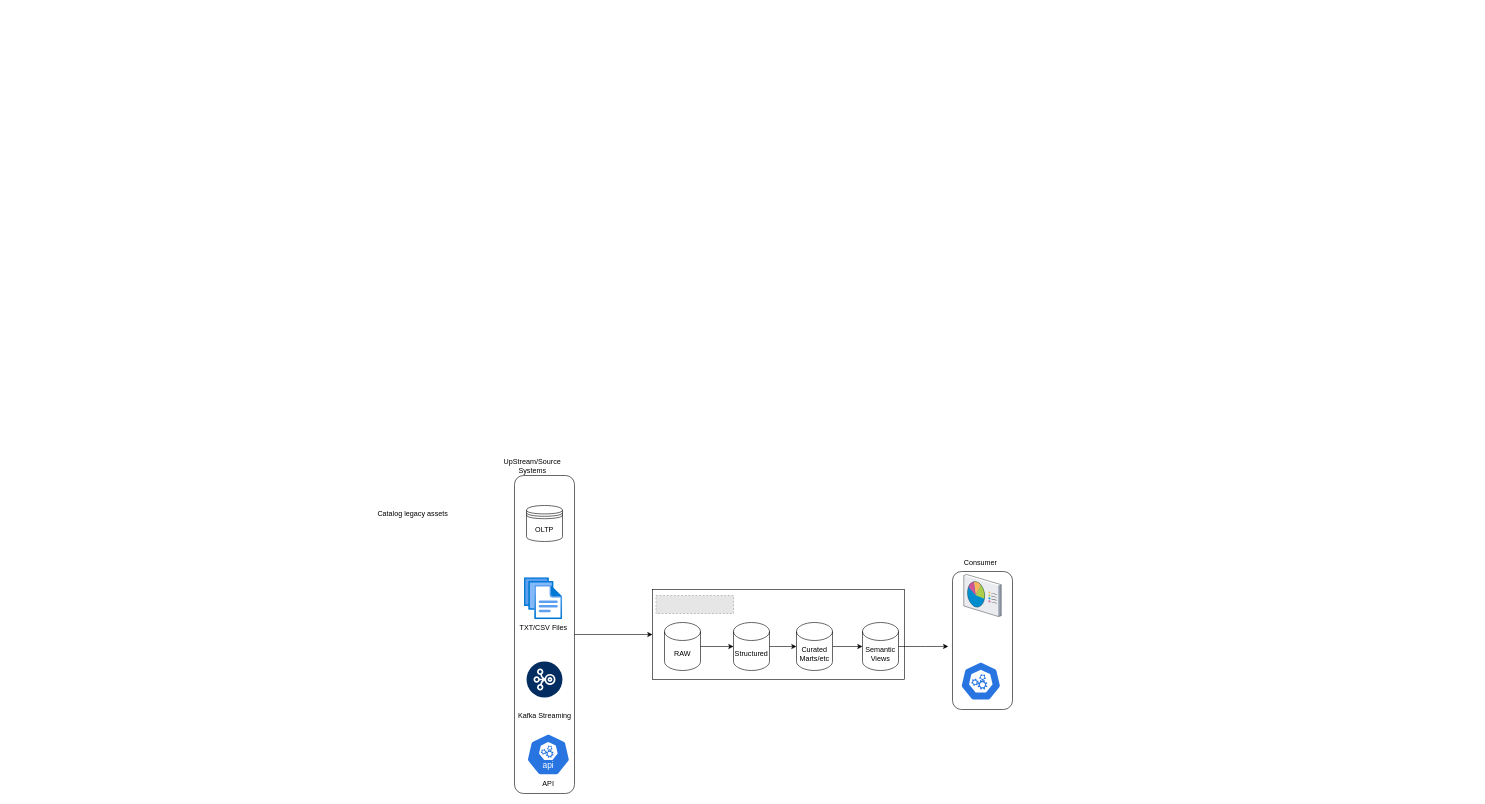
Before: Data Architecture Patterns.drawio in shafishaik-da/datadesignpattern, a draw.io diagram. Source tidied: cells renumbered, new cells numbered last; positions are measured from the earlier drawing's top-left corner, leaving out a move shared by most shapes. Both pictures are drawn from the tidied source at 60%, with x=0, y=0 at pixel (376, 457). Pictures stored in the file or linked from it are replaced by grey dashed boxes.
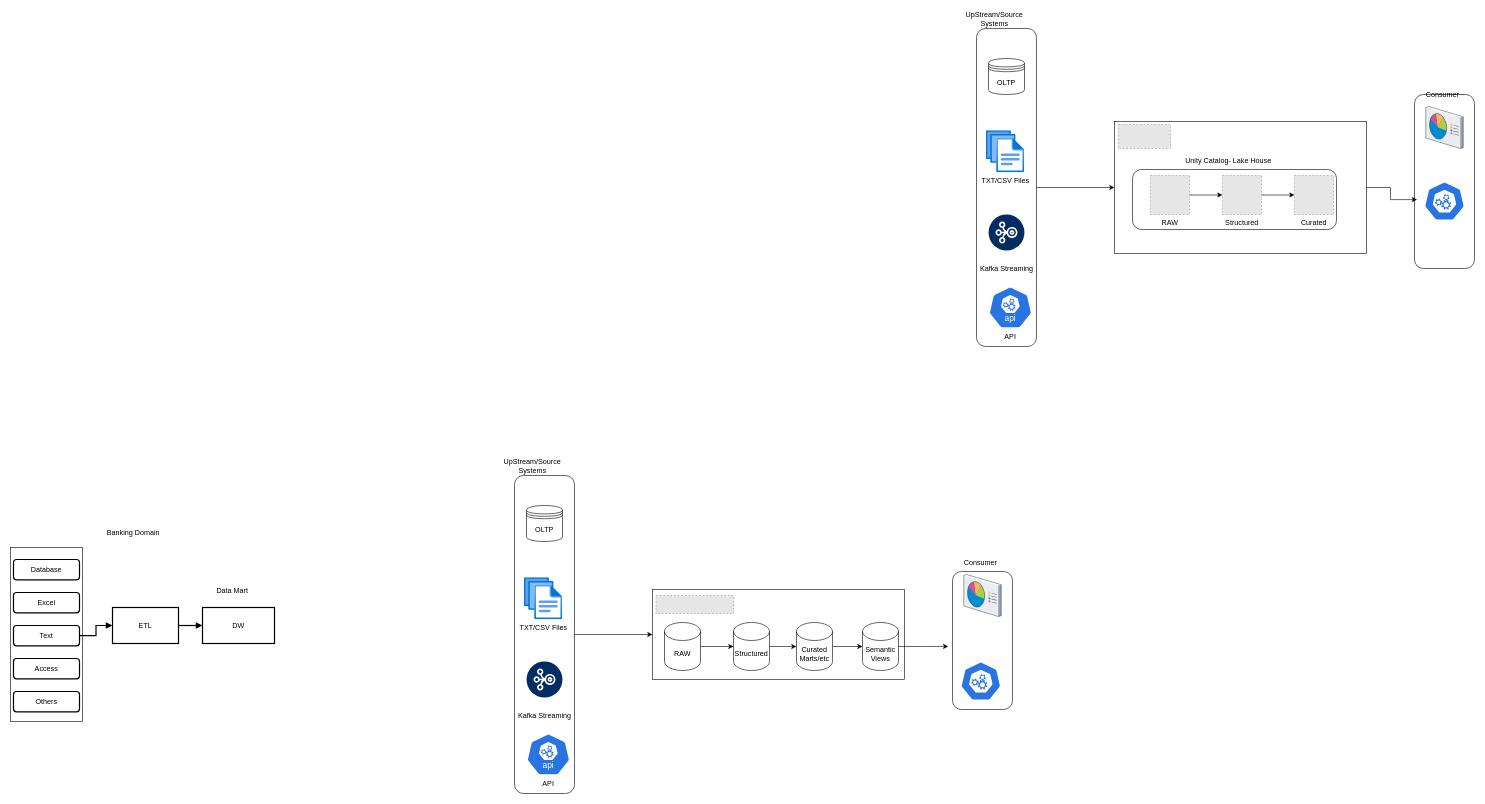
Above is the later version.

The edit, as a diff of the source:
```diff
@@
+    <mxCell id="24" style="rounded=0;whiteSpace=wrap;html=1;" parent="1" vertex="1">
+      <mxGeometry x="1230" y="-560" width="420" height="220" as="geometry" />
+    </mxCell>
+    <mxCell id="25" style="rounded=1;whiteSpace=wrap;html=1;" parent="1" vertex="1">
+      <mxGeometry x="1260" y="-480" width="340" height="100" as="geometry" />
+    </mxCell>
+    <mxCell id="26" style="rounded=0;whiteSpace=wrap;html=1;" parent="1" vertex="1">
+      <mxGeometry x="-610" y="150" width="120" height="290" as="geometry" />
+    </mxCell>
@@
-    <mxCell id="23" value="Catalog legacy assets" style="text;whiteSpace=wrap;html=1;" parent="1" vertex="1">
-      <mxGeometry y="80" width="150" height="40" as="geometry" />
-    </mxCell>
+    <mxCell id="27" value="Data Mart" style="text;html=1;align=center;verticalAlign=middle;whiteSpace=wrap;rounded=0;strokeColor=none;fillColor=none;" parent="1" vertex="1">
+      <mxGeometry x="-380" y="200" width="280" height="45" as="geometry" />
+    </mxCell>
+    <mxCell id="28" value="Database" style="rounded=1;whiteSpace=wrap;html=1;strokeWidth=2;fillColor=#ffffff;" parent="1" vertex="1">
+      <mxGeometry x="-605" y="170" width="110" height="34" as="geometry" />
+    </mxCell>
+    <mxCell id="29" value="Excel" style="rounded=1;whiteSpace=wrap;html=1;strokeWidth=2;fillColor=#ffffff;" parent="1" vertex="1">
+      <mxGeometry x="-605" y="225" width="110" height="34" as="geometry" />
+    </mxCell>
+    <mxCell id="30" value="Text" style="rounded=1;whiteSpace=wrap;html=1;strokeWidth=2;fillColor=#ffffff;" parent="1" vertex="1">
+      <mxGeometry x="-605" y="280" width="110" height="34" as="geometry" />
+    </mxCell>
+    <mxCell id="31" value="Access" style="rounded=1;whiteSpace=wrap;html=1;strokeWidth=2;fillColor=#ffffff;" parent="1" vertex="1">
+      <mxGeometry x="-605" y="335" width="110" height="34" as="geometry" />
+    </mxCell>
+    <mxCell id="32" value="Others" style="rounded=1;whiteSpace=wrap;html=1;strokeWidth=2;fillColor=#ffffff;" parent="1" vertex="1">
+      <mxGeometry x="-605" y="390" width="110" height="34" as="geometry" />
+    </mxCell>
+    <mxCell id="33" value="ETL" style="rounded=0;whiteSpace=wrap;html=1;strokeWidth=2;fillColor=#ffffff;" parent="1" vertex="1">
+      <mxGeometry x="-440" y="250" width="110" height="60" as="geometry" />
+    </mxCell>
+    <mxCell id="34" value="DW" style="rounded=0;whiteSpace=wrap;html=1;strokeWidth=2;fillColor=#ffffff;" parent="1" vertex="1">
+      <mxGeometry x="-290" y="250" width="120" height="60" as="geometry" />
+    </mxCell>
+    <mxCell id="35" style="edgeStyle=orthogonalEdgeStyle;rounded=0;jettySize=auto;html=1;endArrow=block;endFill=1;strokeWidth=2;" parent="1" edge="1" source="30" target="33">
+      <mxGeometry relative="1" as="geometry" />
+    </mxCell>
+    <mxCell id="36" style="edgeStyle=orthogonalEdgeStyle;rounded=0;jettySize=auto;html=1;endArrow=block;endFill=1;strokeWidth=2;" parent="1" edge="1" source="33" target="34">
+      <mxGeometry relative="1" as="geometry" />
+    </mxCell>
+    <mxCell id="37" style="opacity=0;fillColor=none;strokeColor=none;" parent="1" vertex="1">
+      <mxGeometry x="-230" y="190" width="1" height="1" as="geometry" />
+    </mxCell>
+    <mxCell id="38" style="opacity=0;fillColor=none;strokeColor=none;" parent="1" vertex="1">
+      <mxGeometry x="-230" y="370" width="1" height="1" as="geometry" />
+    </mxCell>
+    <mxCell id="39" style="opacity=0;fillColor=none;strokeColor=none;" parent="1" vertex="1">
+      <mxGeometry x="-85" y="285" width="1" height="1" as="geometry" />
+    </mxCell>
+    <mxCell id="40" style="opacity=0;fillColor=none;strokeColor=none;" parent="1" vertex="1">
+      <mxGeometry x="-85" y="260" width="1" height="1" as="geometry" />
+    </mxCell>
+    <mxCell id="41" value="Banking Domain" style="text;html=1;whiteSpace=wrap;strokeColor=none;fillColor=none;align=center;verticalAlign=middle;rounded=0;" parent="1" vertex="1">
+      <mxGeometry x="-590" y="110" width="370" height="30" as="geometry" />
+    </mxCell>
+    <mxCell id="42" style="rounded=1;whiteSpace=wrap;html=1;" parent="1" vertex="1">
+      <mxGeometry x="1730" y="-605" width="100" height="290" as="geometry" />
+    </mxCell>
+    <mxCell id="43" style="edgeStyle=orthogonalEdgeStyle;rounded=0;jettySize=auto;html=1;entryX=0;entryY=0.5;entryDx=0;entryDy=0;" parent="1" edge="1" source="44" target="24">
+      <mxGeometry relative="1" as="geometry" />
+    </mxCell>
+    <mxCell id="44" style="rounded=1;whiteSpace=wrap;html=1;" parent="1" vertex="1">
+      <mxGeometry x="1000" y="-715" width="100" height="530" as="geometry" />
+    </mxCell>
+    <mxCell id="45" value="TXT/CSV Files" style="image;html=1;align=center;fontSize=12;image=img/lib/azure2/general/Files.svg;" parent="1" vertex="1">
+      <mxGeometry x="1016" y="-545" width="64" height="70" as="geometry" />
+    </mxCell>
+    <mxCell id="46" value="OLTP" style="shape=datastore;whiteSpace=wrap;html=1;" parent="1" vertex="1">
+      <mxGeometry x="1020" y="-665" width="60" height="60" as="geometry" />
+    </mxCell>
+    <mxCell id="47" value="Kafka Streaming" style="verticalLabelPosition=bottom;html=1;shape=mxgraph.salesforce.stream2;fillColorStyles=fillColor2,fillColor3;fillColor2=#032d60;fillColor3=#ffffff;fillColor=none;strokeColor=none;" parent="1" vertex="1">
+      <mxGeometry x="1020" y="-405" width="60" height="60" as="geometry" />
+    </mxCell>
+    <mxCell id="48" value="UpStream/Source Systems" style="text;html=1;whiteSpace=wrap;strokeColor=none;fillColor=none;align=center;verticalAlign=middle;rounded=0;" parent="1" vertex="1">
+      <mxGeometry x="1000" y="-745" width="60" height="30" as="geometry" />
+    </mxCell>
+    <mxCell id="49" value="API" style="sketch=0;html=1;dashed=0;whitespace=wrap;verticalLabelPosition=bottom;verticalAlign=top;fillColor=#2875E2;strokeColor=#ffffff;shape=mxgraph.kubernetes.icon2;kubernetesLabel=1;prIcon=api;" parent="1" vertex="1">
+      <mxGeometry x="1020" y="-285" width="72.9" height="70" as="geometry" />
+    </mxCell>
+    <mxCell id="50" style="verticalLabelPosition=bottom;sketch=0;html=1;verticalAlign=top;strokeColor=none;align=center;shape=mxgraph.citrix.reporting;" parent="1" vertex="1">
+      <mxGeometry x="1748.8" y="-585" width="62.4" height="70" as="geometry" />
+    </mxCell>
+    <mxCell id="51" style="sketch=0;html=1;dashed=0;whitespace=wrap;verticalLabelPosition=bottom;verticalAlign=top;fillColor=#2875E2;strokeColor=#ffffff;shape=mxgraph.kubernetes.icon2;prIcon=api;" parent="1" vertex="1">
+      <mxGeometry x="1746" y="-460" width="68" height="65.3" as="geometry" />
+    </mxCell>
+    <mxCell id="52" value="Consumer" style="text;html=1;whiteSpace=wrap;strokeColor=none;fillColor=none;align=center;verticalAlign=middle;rounded=0;" parent="1" vertex="1">
+      <mxGeometry x="1747.2" y="-620" width="60" height="30" as="geometry" />
+    </mxCell>
+    <mxCell id="53" style="fillColor=#E6E6E6;strokeColor=#999999;dashed=1;verticalLabelPosition=bottom;labelBackgroundColor=default;verticalAlign=top;" parent="1" vertex="1">
+      <mxGeometry x="1236.4" y="-555" width="87.1" height="40" as="geometry" />
+    </mxCell>
+    <mxCell id="54" style="edgeStyle=orthogonalEdgeStyle;rounded=0;jettySize=auto;html=1;" parent="1" edge="1" source="55" target="57">
+      <mxGeometry relative="1" as="geometry" />
+    </mxCell>
+    <mxCell id="55" value="RAW" style="fillColor=#E6E6E6;strokeColor=#999999;dashed=1;verticalLabelPosition=bottom;labelBackgroundColor=default;verticalAlign=top;" parent="1" vertex="1">
+      <mxGeometry x="1290" y="-470" width="65" height="65" as="geometry" />
+    </mxCell>
+    <mxCell id="56" style="edgeStyle=orthogonalEdgeStyle;rounded=0;jettySize=auto;html=1;" parent="1" edge="1" source="57" target="58">
+      <mxGeometry relative="1" as="geometry" />
+    </mxCell>
+    <mxCell id="57" value="Structured" style="fillColor=#E6E6E6;strokeColor=#999999;dashed=1;verticalLabelPosition=bottom;labelBackgroundColor=default;verticalAlign=top;" parent="1" vertex="1">
+      <mxGeometry x="1410" y="-470" width="65" height="65" as="geometry" />
+    </mxCell>
+    <mxCell id="58" value="Curated" style="fillColor=#E6E6E6;strokeColor=#999999;dashed=1;verticalLabelPosition=bottom;labelBackgroundColor=default;verticalAlign=top;" parent="1" vertex="1">
+      <mxGeometry x="1530" y="-470" width="65" height="65" as="geometry" />
+    </mxCell>
+    <mxCell id="59" value="Unity Catalog- Lake House" style="text;html=1;whiteSpace=wrap;strokeColor=none;fillColor=none;align=center;verticalAlign=middle;rounded=0;" parent="1" vertex="1">
+      <mxGeometry x="1335" y="-510" width="170" height="30" as="geometry" />
+    </mxCell>
+    <mxCell id="60" style="edgeStyle=orthogonalEdgeStyle;rounded=0;jettySize=auto;html=1;entryX=0.043;entryY=0.604;entryDx=0;entryDy=0;entryPerimeter=0;" parent="1" edge="1" source="24" target="42">
+      <mxGeometry relative="1" as="geometry" />
+    </mxCell>
```
